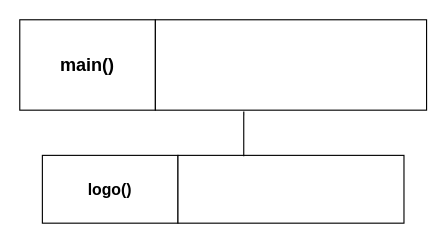
Above: logo.drawio in AntoineMg/BatailleNavale-is-back (draw.io), before the change. Source tidied: cells renumbered, new cells numbered last; positions are measured from the earlier drawing's top-left corner, leaving out a move shared by most shapes. Both pictures are drawn from the tidied source at 113%, with x=0, y=0 at pixel (19, 19).
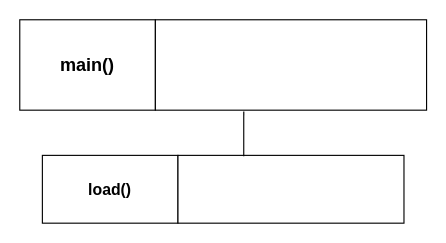
The same diagram, later.

Change to the diagram source:
```diff
@@
 <mxGraphModel>
   <root>
     <mxCell id="0" />
     <mxCell id="1" parent="0" />
     <mxCell id="2" value="&lt;font style=&quot;font-size: 16px;&quot;&gt;&lt;b&gt;main()&lt;/b&gt;&lt;/font&gt;" style="rounded=0;whiteSpace=wrap;html=1;align=center;" parent="1" vertex="1">
       <mxGeometry width="120" height="80" as="geometry" />
     </mxCell>
     <mxCell id="3" style="rounded=0;whiteSpace=wrap;html=1;align=center;" parent="1" vertex="1">
       <mxGeometry x="120" width="240" height="80" as="geometry" />
     </mxCell>
-    <mxCell id="4" value="&lt;b&gt;&lt;font style=&quot;font-size: 14px;&quot;&gt;logo()&lt;/font&gt;&lt;/b&gt;" style="rounded=0;whiteSpace=wrap;html=1;fontSize=16;" parent="1" vertex="1">
+    <mxCell id="4" value="&lt;b&gt;&lt;font style=&quot;font-size: 14px;&quot;&gt;load()&lt;/font&gt;&lt;/b&gt;" style="rounded=0;whiteSpace=wrap;html=1;fontSize=16;" parent="1" vertex="1">
       <mxGeometry x="20" y="120" width="120" height="60" as="geometry" />
     </mxCell>
     <mxCell id="5" style="rounded=0;whiteSpace=wrap;html=1;fontSize=16;" parent="1" vertex="1">
       <mxGeometry x="140" y="120" width="200" height="60" as="geometry" />
     </mxCell>
     <mxCell id="6" style="endArrow=none;html=1;rounded=0;entryX=0.326;entryY=1.016;entryDx=0;entryDy=0;entryPerimeter=0;exitX=0.291;exitY=0.012;exitDx=0;exitDy=0;exitPerimeter=0;" parent="1" edge="1" source="5" target="3">
       <mxGeometry relative="1" as="geometry" />
     </mxCell>
   </root>
 </mxGraphModel>
```
